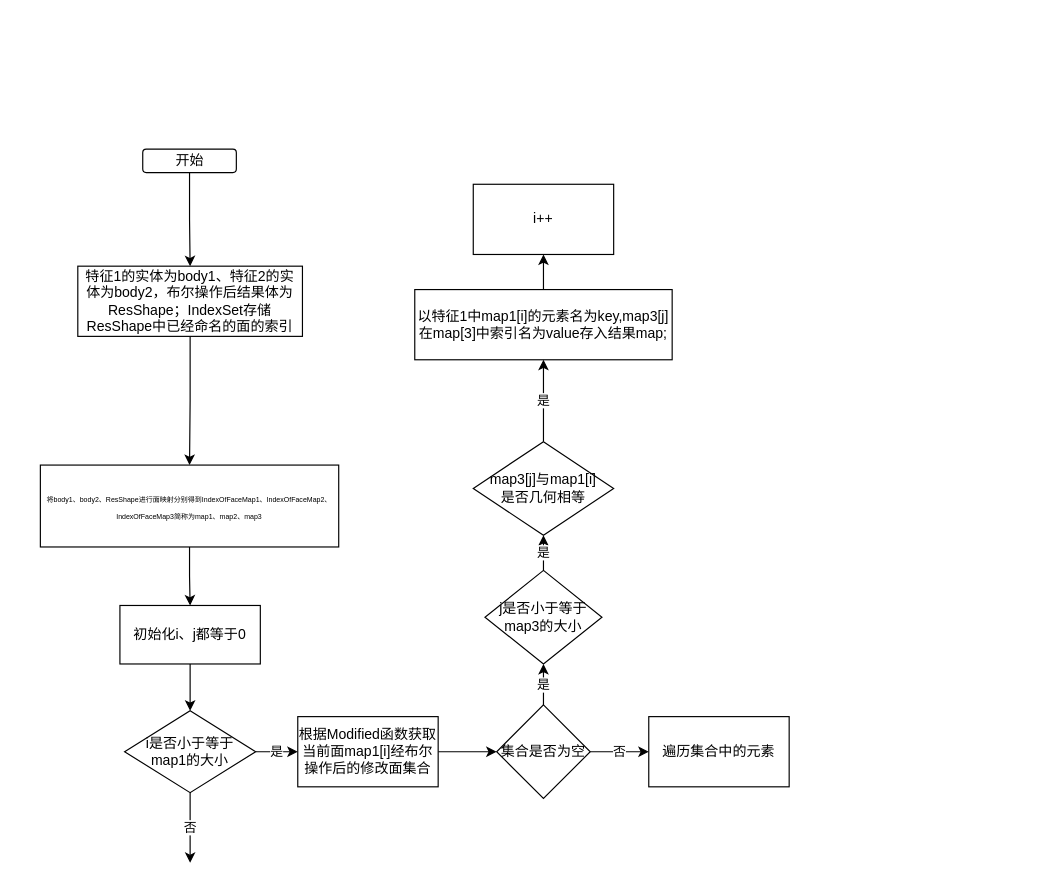
The draw.io diagram 属性传递机制.drawio in liuhuliuhu123/First-test, before the edit. Source tidied: cells renumbered, new cells numbered last; positions are measured from the earlier drawing's top-left corner, leaving out a move shared by most shapes. Both pictures are drawn from the tidied source at 117%, with x=0, y=0 at pixel (40, 149).
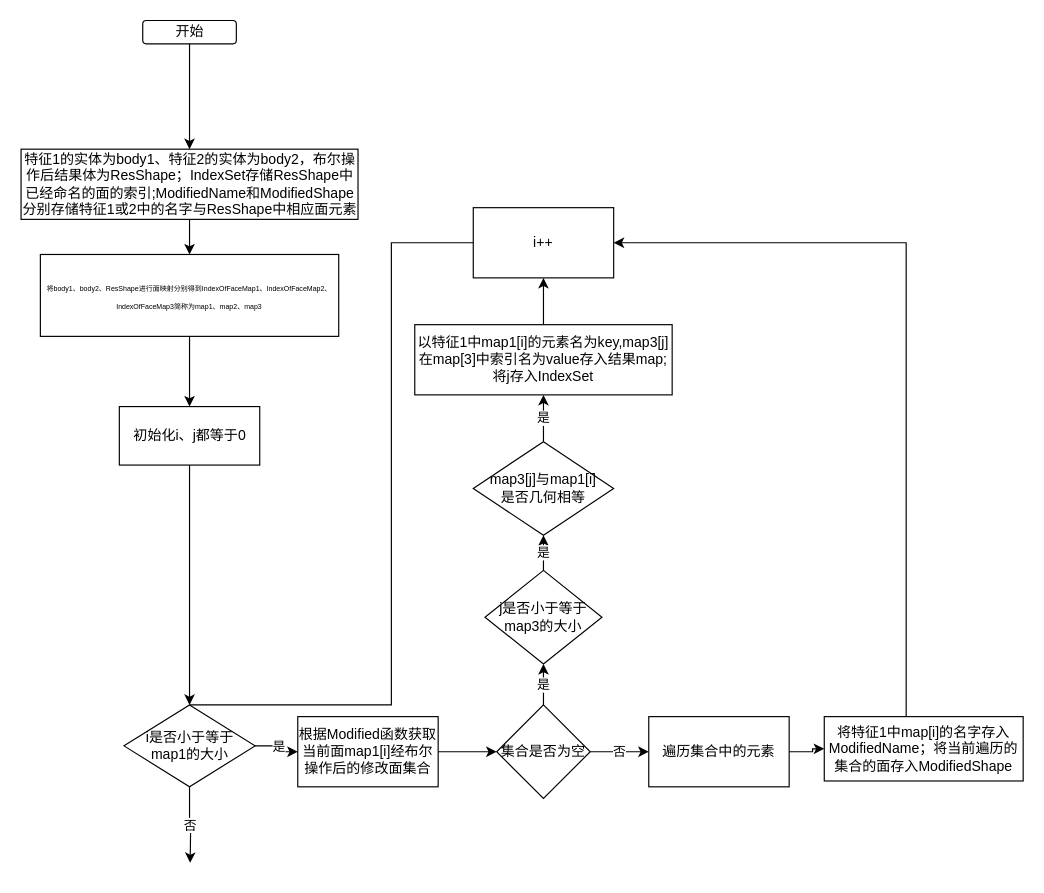
After the change.

Commit message (it also covers changes not shown here):
更新属性传递机制.drawio

The change refers to these unchanged cells:
```xml
<mxCell id="17" value="遍历集合中的元素" style="rounded=0;whiteSpace=wrap;html=1;" parent="1" vertex="1">
  <mxGeometry x="520" y="485" width="120" height="60" as="geometry" />
</mxCell>
```

The edit, as a diff of the source:
```diff
@@
     <mxCell id="3" value="开始" style="rounded=1;whiteSpace=wrap;html=1;" parent="1" vertex="1">
-      <mxGeometry x="87.5" width="80" height="20" as="geometry" />
+      <mxGeometry x="87.5" y="-110" width="80" height="20" as="geometry" />
     </mxCell>
@@
     <mxCell id="5" value="&lt;font style=&quot;font-size: 6px;&quot;&gt;将body1、body2、ResShape进行面映射分别得到IndexOfFaceMap1、IndexOfFaceMap2、IndexOfFaceMap3简称为map1、map2、map3&lt;/font&gt;" style="rounded=0;whiteSpace=wrap;html=1;" parent="1" vertex="1">
-      <mxGeometry y="270" width="255" height="70" as="geometry" />
+      <mxGeometry y="90" width="255" height="70" as="geometry" />
     </mxCell>
@@
     <mxCell id="8" value="i是否小于等于&lt;br&gt;map1的大小" style="rhombus;whiteSpace=wrap;html=1;" parent="1" vertex="1">
-      <mxGeometry x="72" y="480" width="112" height="70" as="geometry" />
+      <mxGeometry x="71.5" y="475" width="112" height="70" as="geometry" />
     </mxCell>
@@
     <mxCell id="11" value="初始化i、j都等于0" style="rounded=0;whiteSpace=wrap;html=1;" parent="1" vertex="1">
-      <mxGeometry x="68" y="390" width="120" height="50" as="geometry" />
+      <mxGeometry x="67.5" y="220" width="120" height="50" as="geometry" />
     </mxCell>
@@
+    <mxCell id="27" style="edgeStyle=orthogonalEdgeStyle;rounded=0;jettySize=auto;html=1;entryX=0;entryY=0.5;entryDx=0;entryDy=0;" parent="1" edge="1" source="17" target="30">
+      <mxGeometry relative="1" as="geometry" />
+    </mxCell>
@@
-    <mxCell id="19" value="以特征1中map1[i]的元素名为key,map3[j]在map[3]中索引名为value存入结果map;&lt;br&gt;" style="rounded=0;whiteSpace=wrap;html=1;" parent="1" vertex="1">
-      <mxGeometry x="320" y="120" width="220" height="60" as="geometry" />
+    <mxCell id="19" value="以特征1中map1[i]的元素名为key,map3[j]在map[3]中索引名为value存入结果map;&lt;br&gt;将j存入IndexSet" style="rounded=0;whiteSpace=wrap;html=1;" parent="1" vertex="1">
+      <mxGeometry x="320" y="150" width="220" height="60" as="geometry" />
     </mxCell>
     <mxCell id="20" value="i++" style="rounded=0;whiteSpace=wrap;html=1;" parent="1" vertex="1">
-      <mxGeometry x="370" y="30" width="120" height="60" as="geometry" />
+      <mxGeometry x="370" y="50" width="120" height="60" as="geometry" />
     </mxCell>
@@
-    <mxCell id="26" value="特征1的实体为body1、特征2的实体为body2，布尔操作后结果体为ResShape；IndexSet存储ResShape中已经命名的面的索引" style="rounded=0;whiteSpace=wrap;html=1;" parent="1" vertex="1">
-      <mxGeometry x="32" y="100" width="192" height="60" as="geometry" />
+    <mxCell id="26" value="特征1的实体为body1、特征2的实体为body2，布尔操作后结果体为ResShape；IndexSet存储ResShape中已经命名的面的索引;ModifiedName和ModifiedShape分别存储特征1或2中的名字与ResShape中相应面元素" style="rounded=0;whiteSpace=wrap;html=1;" parent="1" vertex="1">
+      <mxGeometry x="-16.5" width="288" height="60" as="geometry" />
     </mxCell>
+    <mxCell id="28" style="endArrow=none;html=1;rounded=0;edgeStyle=orthogonalEdgeStyle;entryX=0;entryY=0.5;entryDx=0;entryDy=0;exitX=0.5;exitY=0;exitDx=0;exitDy=0;" parent="1" edge="1" source="8" target="20">
+      <mxGeometry relative="1" as="geometry">
+        <Array as="points">
+          <mxPoint x="300" y="475" />
+          <mxPoint x="300" y="80" />
+        </Array>
+      </mxGeometry>
+    </mxCell>
+    <mxCell id="29" style="edgeStyle=orthogonalEdgeStyle;rounded=0;jettySize=auto;html=1;entryX=1;entryY=0.5;entryDx=0;entryDy=0;" parent="1" edge="1" source="30" target="20">
+      <mxGeometry relative="1" as="geometry">
+        <Array as="points">
+          <mxPoint x="740" y="80" />
+        </Array>
+      </mxGeometry>
+    </mxCell>
+    <mxCell id="30" value="将特征1中map[i]的名字存入ModifiedName；将当前遍历的集合的面存入ModifiedShape" style="rounded=0;whiteSpace=wrap;html=1;" parent="1" vertex="1">
+      <mxGeometry x="670" y="485" width="170" height="55" as="geometry" />
+    </mxCell>
```
